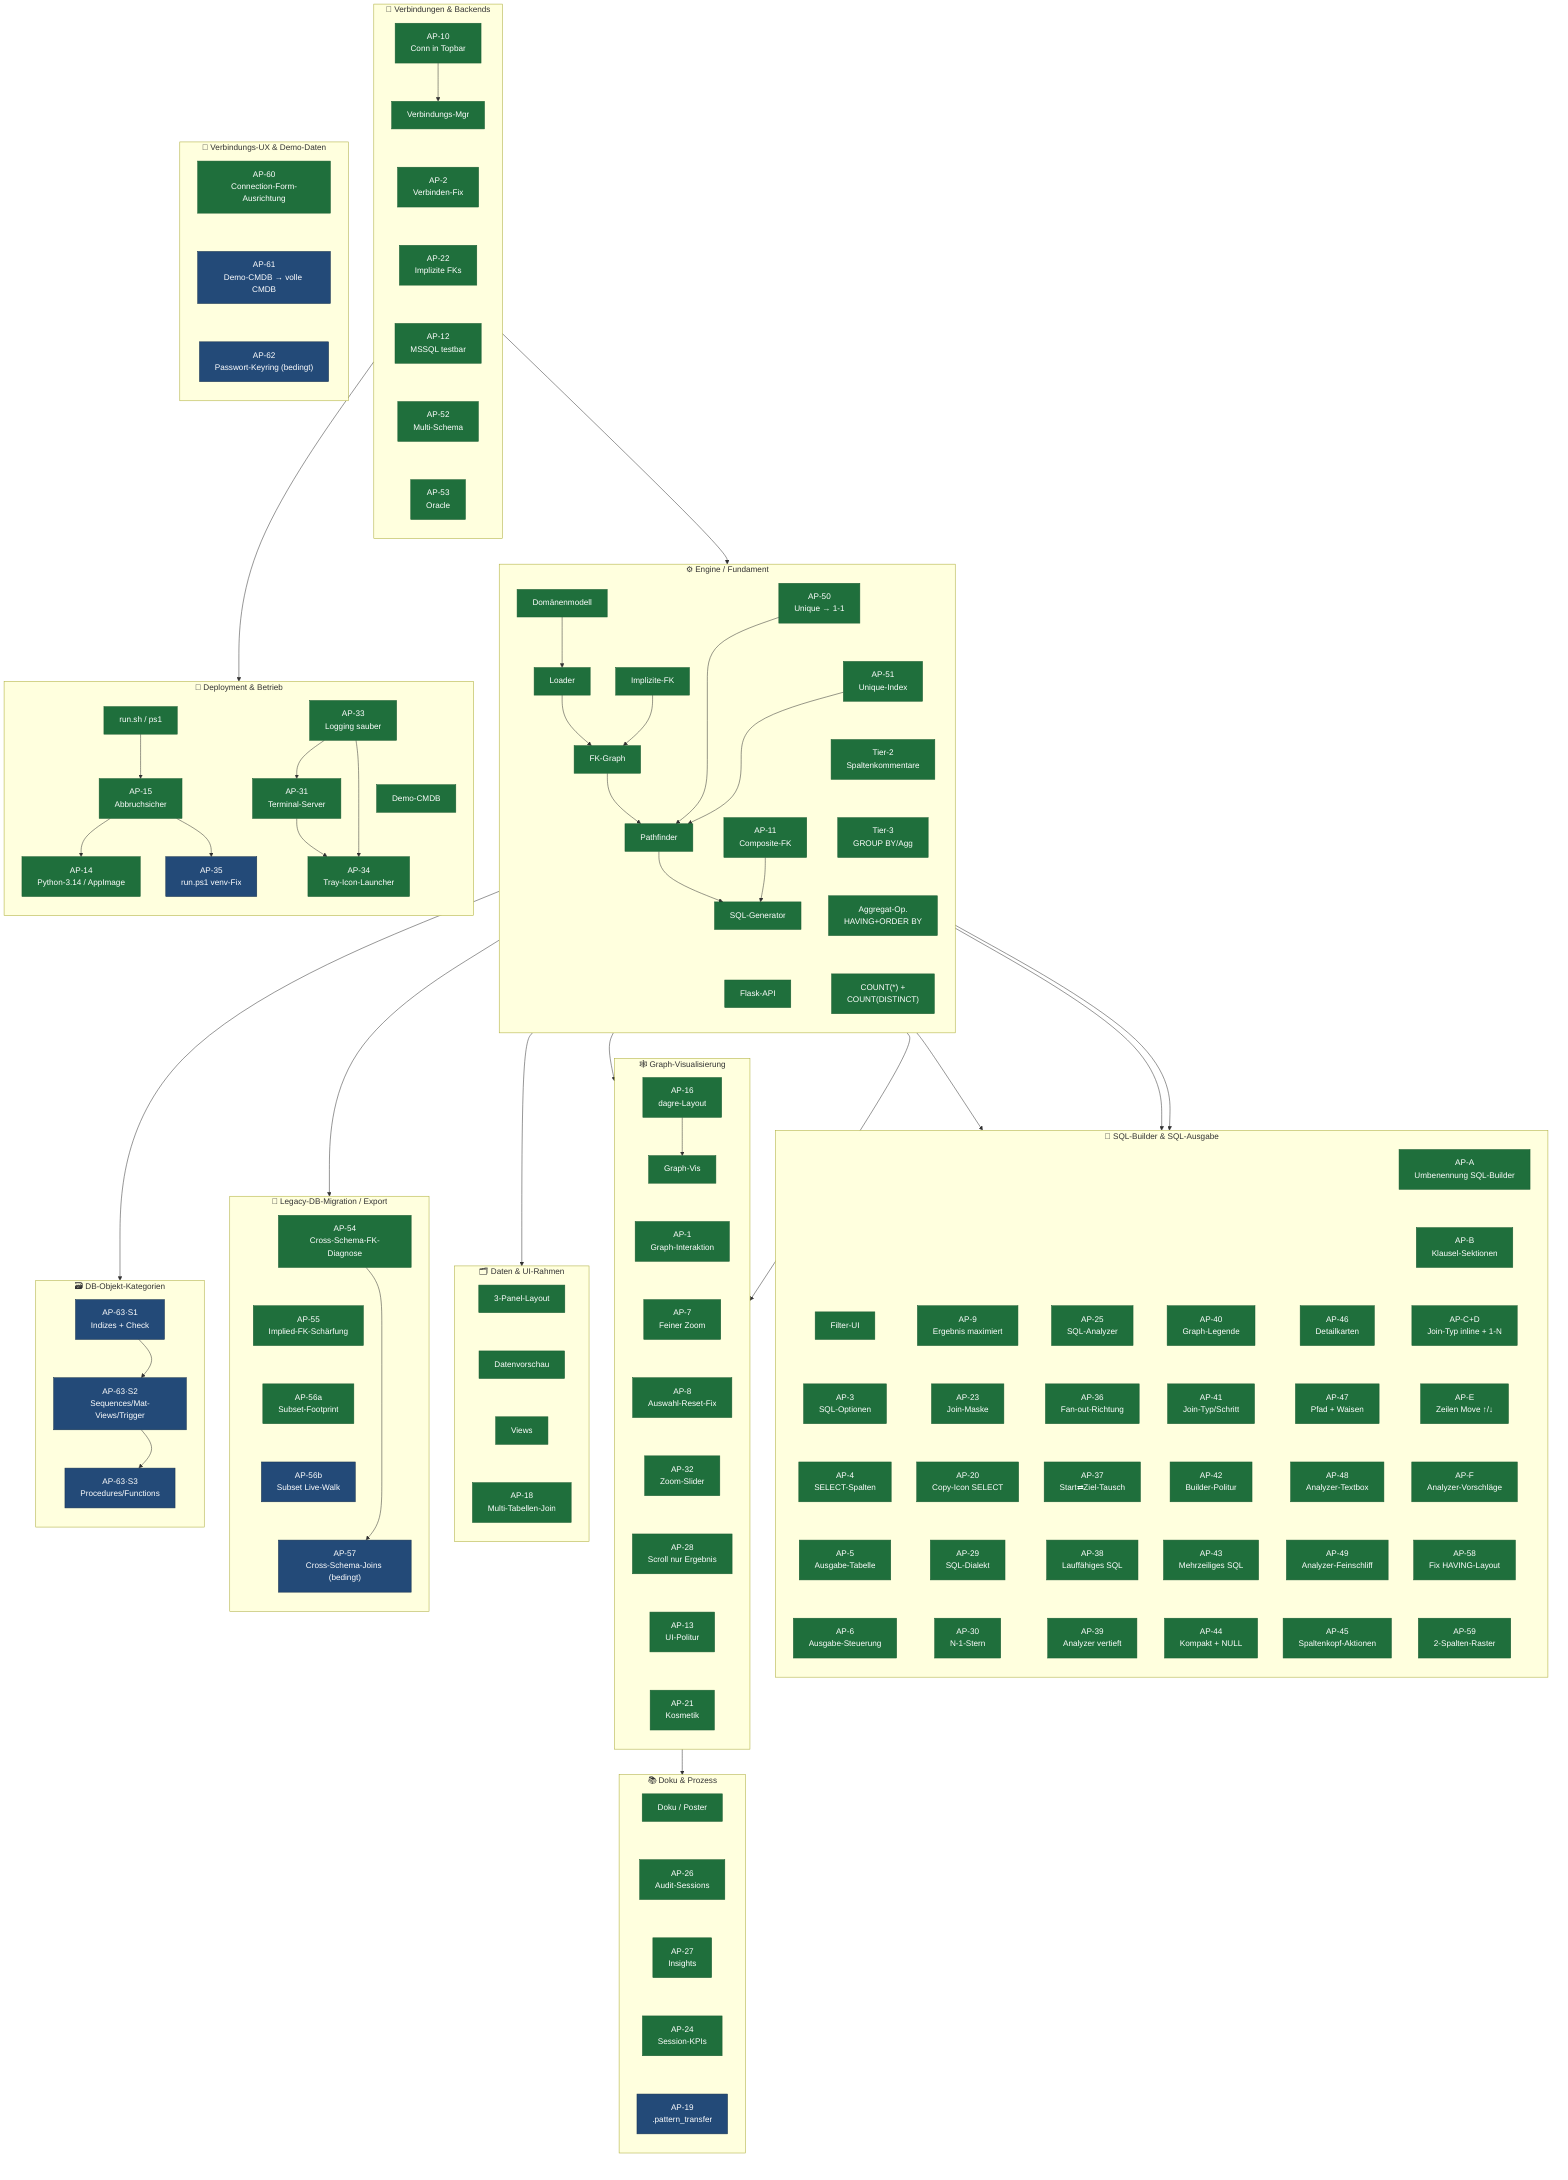
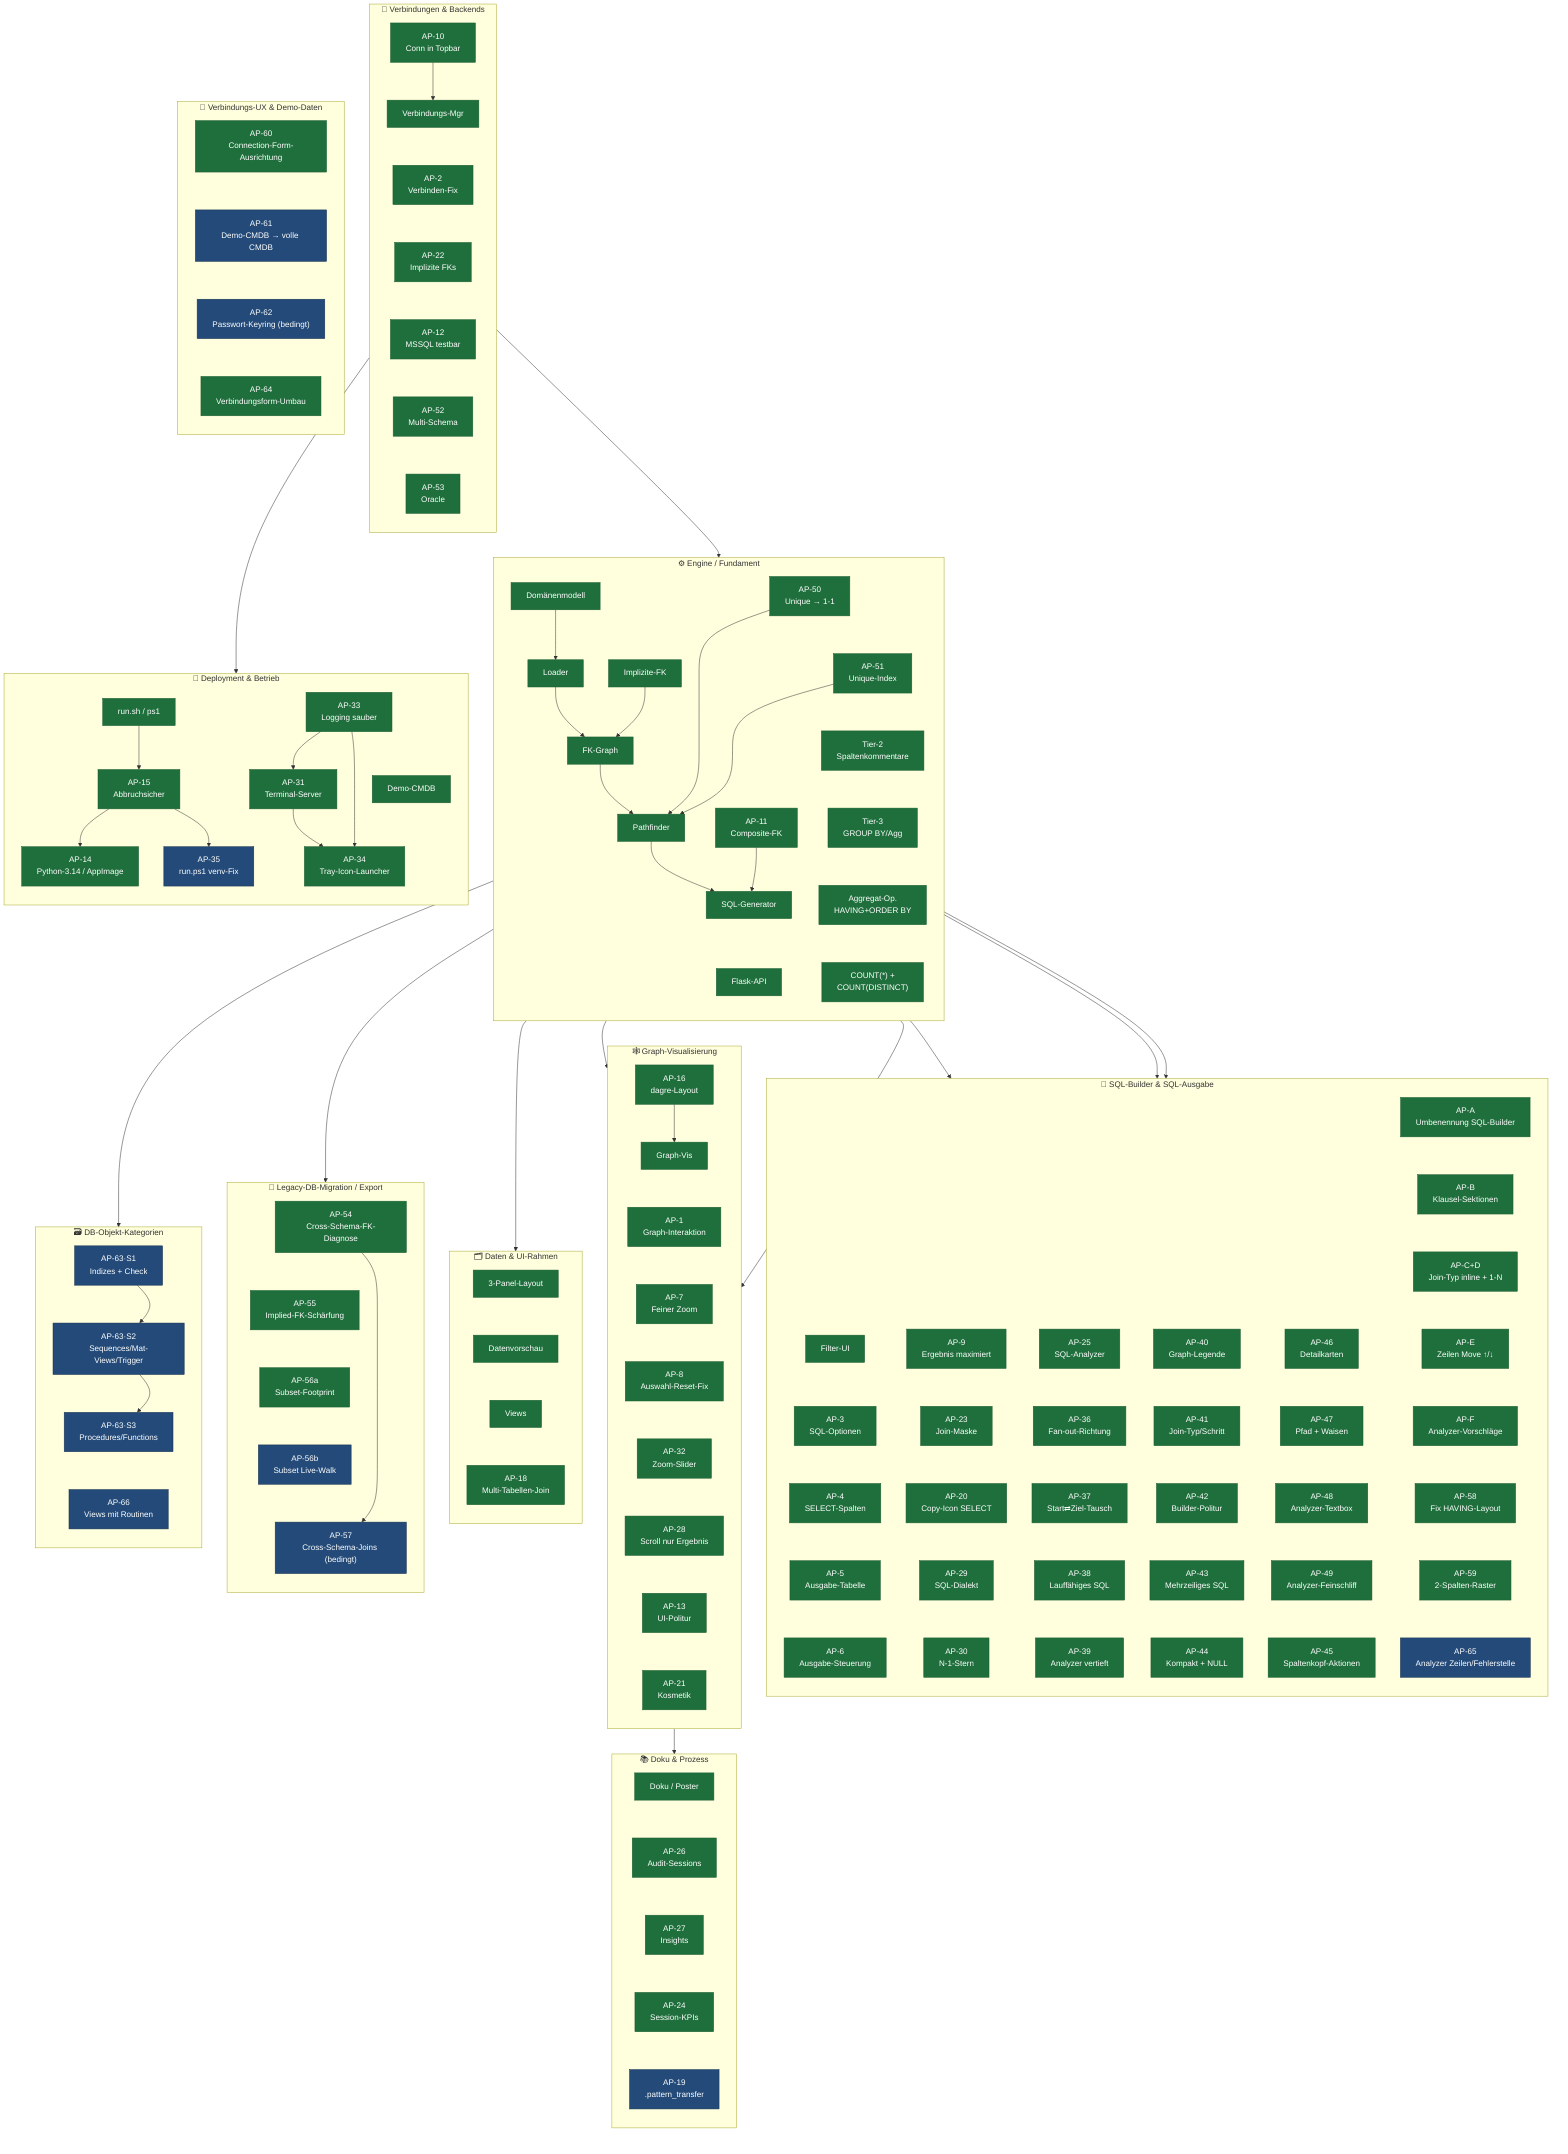
flowchart TB
    classDef done fill:#1f6f3c,color:#fff,stroke:#1a5c32,stroke-width:1px
    classDef plan fill:#234a78,color:#fff,stroke:#16314f,stroke-width:1px

    %% ── C1 · Engine / Fundament ──────────────────────────────────────────
    subgraph C1["⚙️  Engine / Fundament"]
        direction TB
        E1["Domänenmodell"]
        E2["Loader"]
        E3["FK-Graph"]
        E4["Pathfinder"]
        E5["SQL-Generator"]
        E6["Flask-API"]
        E7["AP-11\nComposite-FK"]
        E8["Implizite-FK"]
        E9["AP-50\nUnique → 1-1"]
        E10["AP-51\nUnique-Index"]
        E11["Tier-2\nSpaltenkommentare"]
        E12["Tier-3\nGROUP BY/Agg"]
        E13["Aggregat-Op.\nHAVING+ORDER BY"]
        E14["COUNT(*) +\nCOUNT(DISTINCT)"]
        E1 --> E2 --> E3 --> E4 --> E5
        E7 --> E5
        E8 --> E3
        E9 --> E4
        E10 --> E4
        E5 ~~~ E6
        E9 ~~~ E10
        E10 ~~~ E11
        E11 ~~~ E12
        E12 ~~~ E13
        E13 ~~~ E14
    end

    %% ── C2 · Verbindungen & Backends ─────────────────────────────────────
    subgraph C2["🔌  Verbindungen & Backends"]
        direction TB
        V1["Verbindungs-Mgr"]
        V2["AP-2\nVerbinden-Fix"]
        V3["AP-10\nConn in Topbar"]
        V4["AP-12\nMSSQL testbar"]
        V5["AP-22\nImplizite FKs"]
        V6["AP-52\nMulti-Schema"]
        V7["AP-53\nOracle"]
        V3 --> V1
        V1 ~~~ V2 ~~~ V5 ~~~ V4 ~~~ V6 ~~~ V7
    end

    %% ── C3 · SQL-Builder & SQL-Ausgabe ──────────────────────────────────
    subgraph C3["🧩  SQL-Builder & SQL-Ausgabe"]
        direction TB
        J1["Filter-UI"]
        J2["AP-3\nSQL-Optionen"]
        J3["AP-4\nSELECT-Spalten"]
        J4["AP-5\nAusgabe-Tabelle"]
        J5["AP-6\nAusgabe-Steuerung"]
        J6["AP-9\nErgebnis maximiert"]
        J7["AP-23\nJoin-Maske"]
        J8["AP-20\nCopy-Icon SELECT"]
        J9["AP-29\nSQL-Dialekt"]
        J10["AP-30\nN-1-Stern"]
        J11["AP-25\nSQL-Analyzer"]
        J12["AP-36\nFan-out-Richtung"]
        J13["AP-37\nStart⇄Ziel-Tausch"]
        J14["AP-38\nLauffähiges SQL"]
        J15["AP-39\nAnalyzer vertieft"]
        J16["AP-40\nGraph-Legende"]
        J17["AP-41\nJoin-Typ/Schritt"]
        J18["AP-42\nBuilder-Politur"]
        J19["AP-43\nMehrzeiliges SQL"]
        J20["AP-44\nKompakt + NULL"]
        J21["AP-46\nDetailkarten"]
        J22["AP-47\nPfad + Waisen"]
        J23["AP-48\nAnalyzer-Textbox"]
        J24["AP-49\nAnalyzer-Feinschliff"]
        J25["AP-45\nSpaltenkopf-Aktionen"]
        J26["AP-A\nUmbenennung SQL-Builder"]
        J27["AP-B\nKlausel-Sektionen"]
        J28["AP-C+D\nJoin-Typ inline + 1-N"]
        J29["AP-E\nZeilen Move ↑/↓"]
        J30["AP-F\nAnalyzer-Vorschläge"]
        J31["AP-58\nFix HAVING-Layout"]
        J32["AP-59\n2-Spalten-Raster"]
+         J33["AP-65\nAnalyzer Zeilen/Fehlerstelle"]
        %% In 5 parallele Spalten gepackt (statt einer 25-Boxen-Säule) → kompaktes Gitter
        J1 ~~~ J2 ~~~ J3 ~~~ J4 ~~~ J5
        J6 ~~~ J7 ~~~ J8 ~~~ J9 ~~~ J10
        J11 ~~~ J12 ~~~ J13 ~~~ J14 ~~~ J15
        J16 ~~~ J17 ~~~ J18 ~~~ J19 ~~~ J20
        J21 ~~~ J22 ~~~ J23 ~~~ J24 ~~~ J25
-         J26 ~~~ J27 ~~~ J28 ~~~ J29 ~~~ J30 ~~~ J31 ~~~ J32
+         J26 ~~~ J27 ~~~ J28 ~~~ J29 ~~~ J30 ~~~ J31 ~~~ J32 ~~~ J33
    end

    %% ── C4 · Graph-Visualisierung ────────────────────────────────────────
    subgraph C4["🕸️  Graph-Visualisierung"]
        direction TB
        G1["Graph-Vis"]
        G2["AP-1\nGraph-Interaktion"]
        G3["AP-7\nFeiner Zoom"]
        G4["AP-8\nAuswahl-Reset-Fix"]
        G5["AP-16\ndagre-Layout"]
        G6["AP-32\nZoom-Slider"]
        G7["AP-28\nScroll nur Ergebnis"]
        G8["AP-13\nUI-Politur"]
        G9["AP-21\nKosmetik"]
        G5 --> G1
        G1 ~~~ G2 ~~~ G3 ~~~ G4 ~~~ G6 ~~~ G7 ~~~ G8 ~~~ G9
    end

    %% ── C5 · Daten & UI-Rahmen ───────────────────────────────────────────
    subgraph C5["🗂️  Daten & UI-Rahmen"]
        direction TB
        D1["3-Panel-Layout"]
        D2["Datenvorschau"]
        D3["Views"]
        D4["AP-18\nMulti-Tabellen-Join"]
        D1 ~~~ D2 ~~~ D3 ~~~ D4
    end

    %% ── C6 · Deployment & Betrieb ────────────────────────────────────────
    subgraph C6["🚀  Deployment & Betrieb"]
        direction TB
        B1["Demo-CMDB"]
        B2["run.sh / ps1"]
        B3["AP-15\nAbbruchsicher"]
        B4["AP-14\nPython-3.14 / AppImage"]
        B5["AP-35\nrun.ps1 venv-Fix"]
        B7["AP-31\nTerminal-Server"]
        B8["AP-33\nLogging sauber"]
        B9["AP-34\nTray-Icon-Launcher"]
        B2 --> B3
        B3 --> B4
        B3 --> B5
        B8 --> B7
        B7 --> B9
        B8 --> B9
        B1 ~~~ B9
    end

    %% ── C7 · Doku & Prozess ──────────────────────────────────────────────
    subgraph C7["📚  Doku & Prozess"]
        direction TB
        K1["Doku / Poster"]
        K2["AP-26\nAudit-Sessions"]
        K3["AP-27\nInsights"]
        K5["AP-24\nSession-KPIs"]
        K4["AP-19\n.pattern_transfer"]
        K1 ~~~ K2 ~~~ K3 ~~~ K5 ~~~ K4
    end

    %% ── C8 · Legacy-DB-Migration / Export (geplant) ──────────────────────
    subgraph C8["🧬  Legacy-DB-Migration / Export"]
        direction TB
        M1["AP-54\nCross-Schema-FK-Diagnose"]
        M2["AP-55\nImplied-FK-Schärfung"]
        M3["AP-56a\nSubset-Footprint"]
        M3b["AP-56b\nSubset Live-Walk"]
        M4["AP-57\nCross-Schema-Joins (bedingt)"]
        M1 ~~~ M2 ~~~ M3 ~~~ M3b ~~~ M4
    end

    %% ── C9 · DB-Objekt-Kategorien (geplant) ──────────────────────────────
    subgraph C9["🗃️  DB-Objekt-Kategorien"]
        direction TB
        O1["AP-63·S1\nIndizes + Check"]
        O2["AP-63·S2\nSequences/Mat-Views/Trigger"]
        O3["AP-63·S3\nProcedures/Functions"]
-         O1 ~~~ O2 ~~~ O3
+         O4["AP-66\nViews mit Routinen"]
+         O1 ~~~ O2 ~~~ O3 ~~~ O4
    end

    %% ── C10 · Verbindungs-UX & Demo-Daten (geplant) ──────────────────────
    subgraph C10["🔧  Verbindungs-UX & Demo-Daten"]
        direction TB
        P1["AP-60\nConnection-Form-Ausrichtung"]
        P2["AP-61\nDemo-CMDB → volle CMDB"]
        P3["AP-62\nPasswort-Keyring (bedingt)"]
-         P1 ~~~ P2 ~~~ P3
+         P4["AP-64\nVerbindungsform-Umbau"]
+         P1 ~~~ P2 ~~~ P3 ~~~ P4
    end

    %% ── Cluster-übergreifende Abhängigkeiten ─────────────────────────────
    V1 --> E2
    M1 --> M4
    E2 --> M1
    E2 --> O1
    O1 --> O2 --> O3
    E5 --> J1
    E5 --> J9
    E5 --> J11
    E4 --> G2
    E3 --> G1
    E6 --> D1
    V4 --> B7
    G5 --> K2

    class E1,E2,E3,E4,E5,E6,E7,E8,E9,E10,E11,E12,E13,E14 done
    class V1,V2,V3,V4,V5,V6,V7 done
    class J1,J2,J3,J4,J5,J6,J7,J8,J9,J10,J11,J12,J13,J14,J15,J16,J17,J18,J19,J20,J21,J22,J23,J24,J25,J26,J27,J28,J29,J30,J31,J32 done
    class G1,G2,G3,G4,G5,G6,G7,G8,G9 done
    class D1,D2,D3,D4 done
    class B1,B2,B3,B4,B7,B8,B9 done
    class B5 plan
    class K1,K2,K3,K5 done
    class K4 plan
    class M3 done
    class M3b,M4 plan
    class M2 done
    class M1 done
-     class O1,O2,O3 plan
+     class O1,O2,O3,O4 plan
    class P2,P3 plan
-     class P1 done
+     class P1,P4 done
+     class J33 plan
